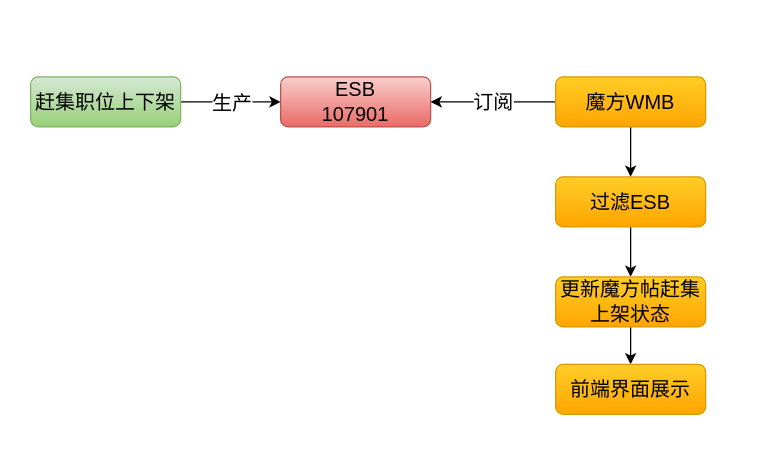
The draw.io diagram 监听赶集ESB上下架消息.drawio in LuOyEbY/draw-b, before the edit. Source tidied: cells renumbered, new cells numbered last; positions are measured from the earlier drawing's top-left corner, leaving out a move shared by most shapes. Both pictures are drawn from the tidied source at 125%, with x=0, y=0 at pixel (30, 76).
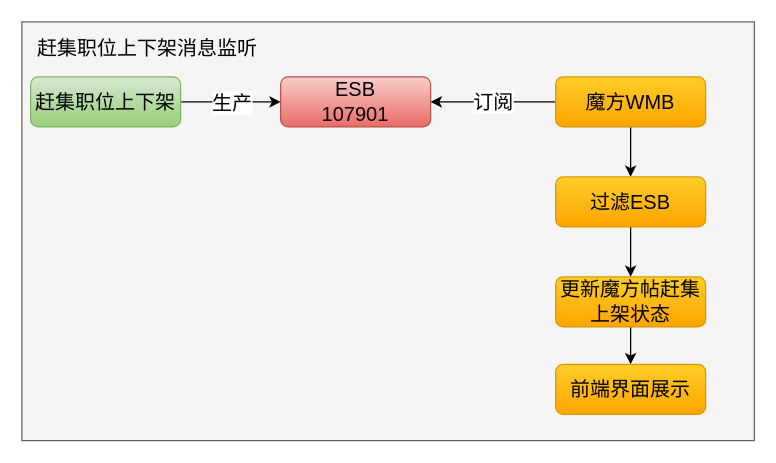
The same diagram, later.

Commit message (it also covers changes not shown here):
更新监听赶集ESB上下架消息.drawio

Change to the diagram source:
```diff
@@
 <mxGraphModel>
   <root>
     <mxCell id="0" />
     <mxCell id="1" parent="0" />
+    <mxCell id="14" style="rounded=0;whiteSpace=wrap;html=1;fontSize=16;fillColor=#f5f5f5;strokeColor=#666666;fontColor=#333333;" parent="1" vertex="1">
+      <mxGeometry x="-7" y="-44" width="586" height="335" as="geometry" />
+    </mxCell>
     <mxCell id="2" style="edgeStyle=orthogonalEdgeStyle;rounded=0;jettySize=auto;html=1;fontSize=16;" parent="1" edge="1" source="4" target="5">
       <mxGeometry relative="1" as="geometry" />
     </mxCell>
     <mxCell id="3" value="生产" style="edgeLabel;html=1;align=center;verticalAlign=middle;fontSize=16;" parent="2" vertex="1">
       <mxGeometry x="-0.47" y="3" relative="1" as="geometry">
         <mxPoint x="19" y="3" as="offset" />
       </mxGeometry>
     </mxCell>
     <mxCell id="4" value="赶集职位上下架" style="rounded=1;whiteSpace=wrap;html=1;fontSize=16;fillColor=#d5e8d4;strokeColor=#82b366;gradientColor=#97d077;" parent="1" vertex="1">
       <mxGeometry width="120" height="40" as="geometry" />
     </mxCell>
     <mxCell id="5" value="ESB&lt;br&gt;107901" style="rounded=1;whiteSpace=wrap;html=1;fontSize=16;fillColor=#f8cecc;gradientColor=#ea6b66;strokeColor=#b85450;" parent="1" vertex="1">
       <mxGeometry x="200" width="120" height="40" as="geometry" />
     </mxCell>
     <mxCell id="6" value="订阅" style="edgeStyle=orthogonalEdgeStyle;rounded=0;jettySize=auto;html=1;entryX=1;entryY=0.5;entryDx=0;entryDy=0;fontSize=16;" parent="1" edge="1" source="8" target="5">
       <mxGeometry relative="1" as="geometry">
         <Array as="points">
           <mxPoint x="360" y="20" />
           <mxPoint x="360" y="20" />
         </Array>
       </mxGeometry>
     </mxCell>
     <mxCell id="7" style="edgeStyle=orthogonalEdgeStyle;rounded=0;jettySize=auto;html=1;fontSize=16;" parent="1" edge="1" source="8" target="10">
       <mxGeometry relative="1" as="geometry" />
     </mxCell>
     <mxCell id="8" value="魔方WMB" style="rounded=1;whiteSpace=wrap;html=1;fontSize=16;fillColor=#ffcd28;gradientColor=#ffa500;strokeColor=#d79b00;" parent="1" vertex="1">
       <mxGeometry x="420" width="120" height="40" as="geometry" />
     </mxCell>
     <mxCell id="9" style="edgeStyle=orthogonalEdgeStyle;rounded=0;jettySize=auto;html=1;fontSize=16;" parent="1" edge="1" source="10" target="12">
       <mxGeometry relative="1" as="geometry" />
     </mxCell>
     <mxCell id="10" value="过滤ESB" style="rounded=1;whiteSpace=wrap;html=1;fontSize=16;fillColor=#ffcd28;gradientColor=#ffa500;strokeColor=#d79b00;" parent="1" vertex="1">
       <mxGeometry x="420" y="80" width="120" height="40" as="geometry" />
     </mxCell>
     <mxCell id="11" style="edgeStyle=orthogonalEdgeStyle;rounded=0;jettySize=auto;html=1;fontSize=16;" parent="1" edge="1" source="12" target="13">
       <mxGeometry relative="1" as="geometry" />
     </mxCell>
     <mxCell id="12" value="更新魔方帖赶集上架状态" style="rounded=1;whiteSpace=wrap;html=1;fontSize=16;fillColor=#ffcd28;gradientColor=#ffa500;strokeColor=#d79b00;" parent="1" vertex="1">
       <mxGeometry x="420" y="160" width="120" height="40" as="geometry" />
     </mxCell>
     <mxCell id="13" value="前端界面展示" style="rounded=1;whiteSpace=wrap;html=1;fontSize=16;fillColor=#ffcd28;gradientColor=#ffa500;strokeColor=#d79b00;" parent="1" vertex="1">
       <mxGeometry x="420" y="230" width="120" height="40" as="geometry" />
     </mxCell>
+    <mxCell id="15" value="赶集职位上下架消息监听" style="text;html=1;align=center;verticalAlign=middle;strokeColor=none;fillColor=none;fontSize=16;" parent="1" vertex="1">
+      <mxGeometry y="-35" width="186" height="23" as="geometry" />
+    </mxCell>
   </root>
 </mxGraphModel>
```
